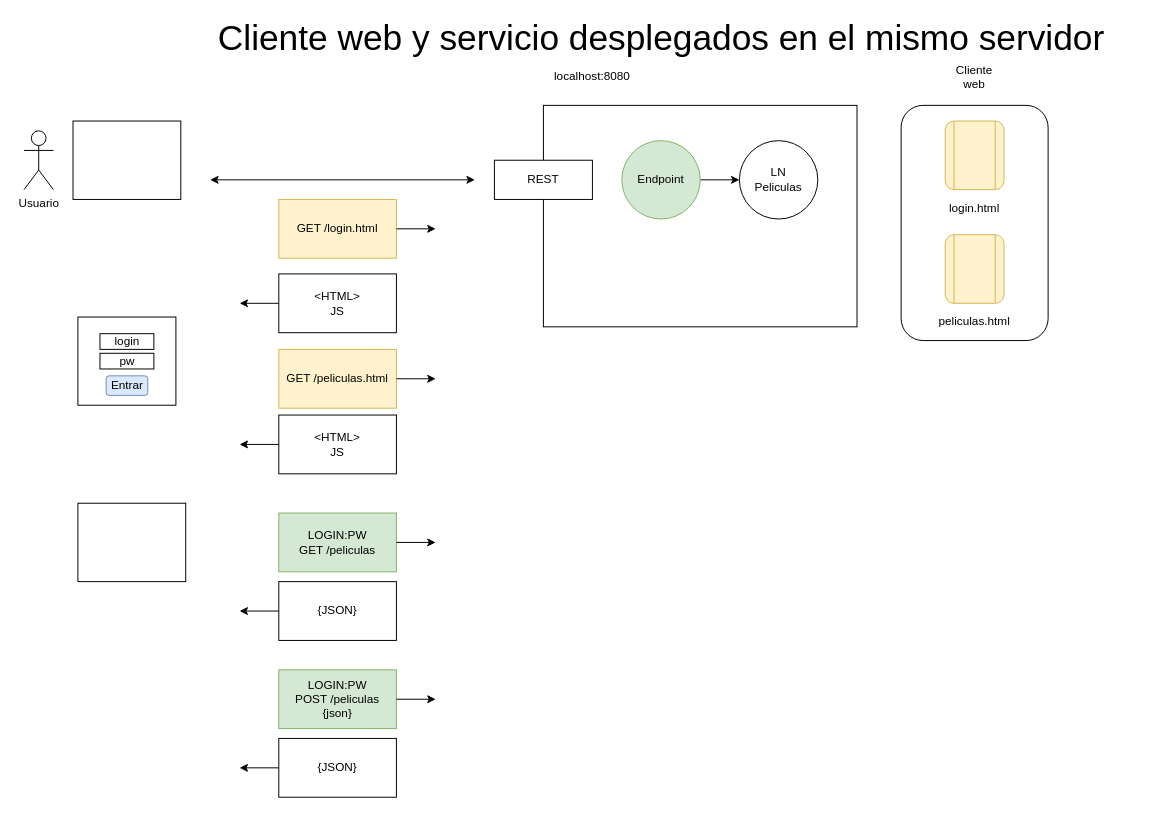
Before: page "Página-5" (6 of 28) of seguridad.drawio in lrag/seguridad_java, a draw.io diagram. Source tidied: cells renumbered, new cells numbered last; positions are measured from the earlier drawing's top-left corner, leaving out a move shared by most shapes. Both pictures are drawn from the tidied source at 98%, with x=0, y=0 at pixel (24, 23).
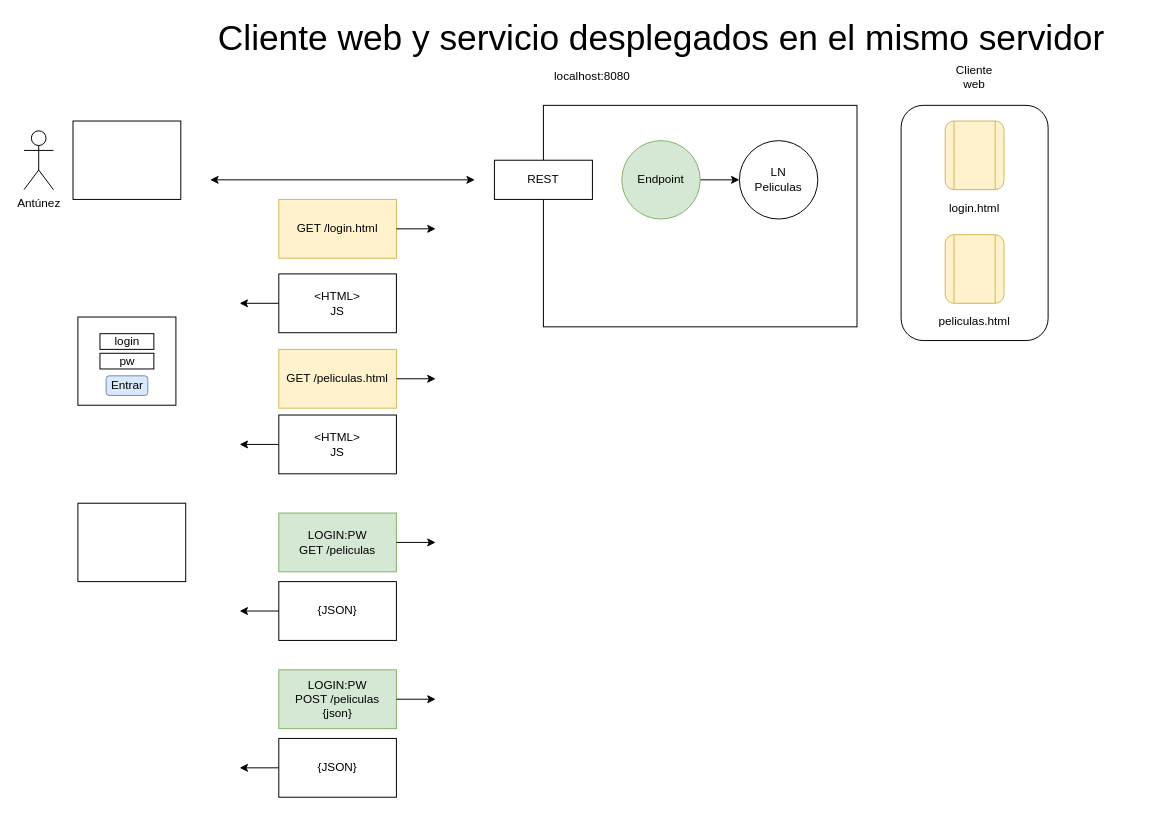
The same page after the edit.

What changed in the source:
```diff
@@
-    <mxCell id="38" value="Usuario" style="shape=umlActor;verticalLabelPosition=bottom;verticalAlign=top;html=1;" parent="1" vertex="1">
+    <mxCell id="38" value="Antúnez" style="shape=umlActor;verticalLabelPosition=bottom;verticalAlign=top;html=1;" parent="1" vertex="1">
       <mxGeometry y="110" width="30" height="60" as="geometry" />
     </mxCell>
```
